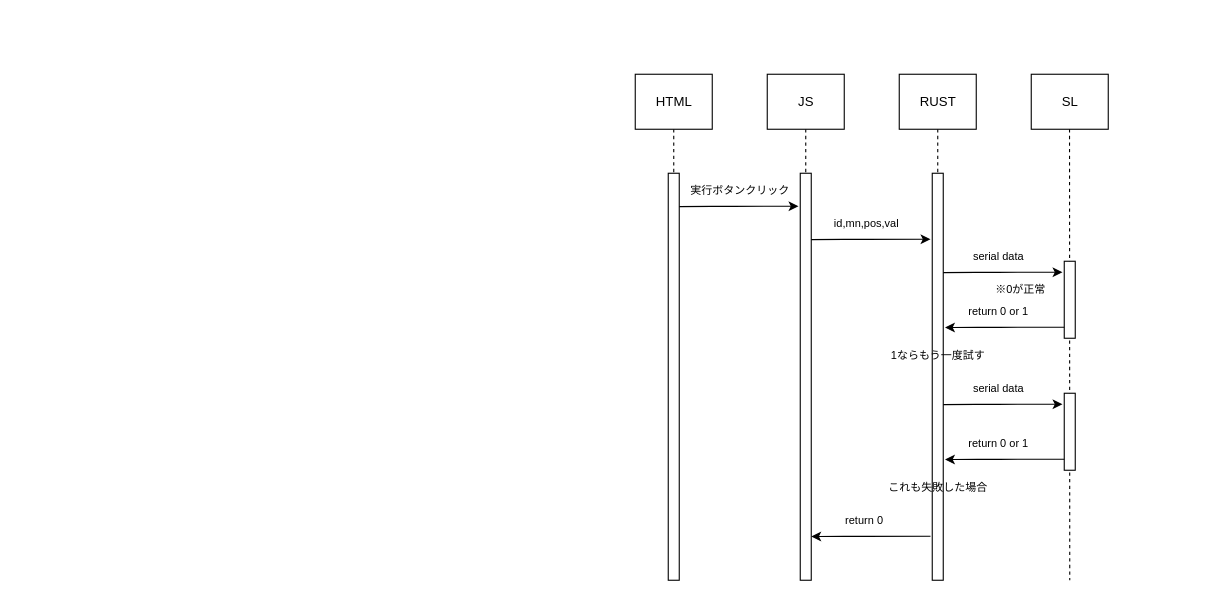
Earlier version of the draw.io diagram document/sequense.drawio (sis314/controller-app). Source tidied: cells renumbered, new cells numbered last; positions are measured from the earlier drawing's top-left corner, leaving out a move shared by most shapes. Both pictures are drawn from the tidied source at 110%, with x=0, y=0 at pixel (635, 74).
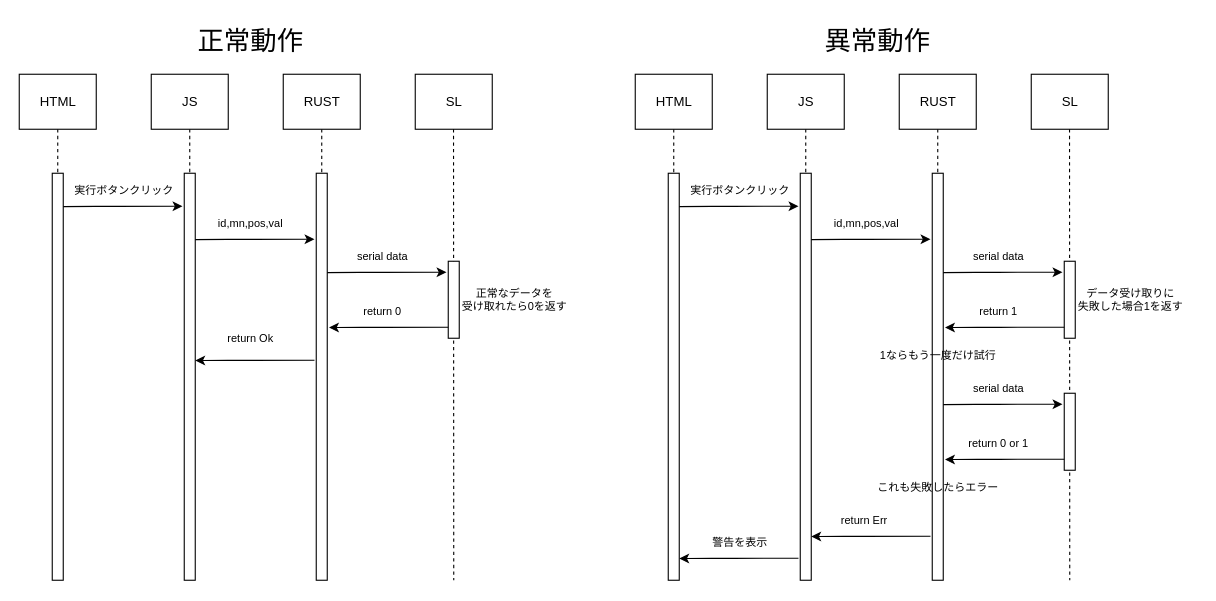
The same diagram, later.

Commit message:
[feature]シーケンス図を修正

What changed in the source:
```diff
@@
-    <mxCell id="21" value="return 0 or 1" style="text;html=1;align=center;verticalAlign=middle;strokeColor=none;fillColor=none;fontSize=10;" parent="1" vertex="1">
-      <mxGeometry x="290" y="200" width="80" height="30" as="geometry" />
+    <mxCell id="21" value="return 1" style="text;html=1;align=center;verticalAlign=middle;strokeColor=none;fillColor=none;fontSize=10;" parent="1" vertex="1">
+      <mxGeometry x="300" y="200" width="60" height="30" as="geometry" />
     </mxCell>
-    <mxCell id="22" value="1ならもう一度試す" style="text;html=1;align=center;verticalAlign=middle;strokeColor=none;fillColor=none;fontSize=10;" parent="1" vertex="1">
-      <mxGeometry x="220" y="240" width="110" height="30" as="geometry" />
+    <mxCell id="22" value="1ならもう一度だけ試行" style="text;html=1;align=center;verticalAlign=middle;strokeColor=none;fillColor=none;fontSize=10;" parent="1" vertex="1">
+      <mxGeometry x="210" y="240" width="130" height="30" as="geometry" />
     </mxCell>
@@
-    <mxCell id="28" value="これも失敗した場合" style="text;html=1;align=center;verticalAlign=middle;strokeColor=none;fillColor=none;fontSize=10;" parent="1" vertex="1">
-      <mxGeometry x="220" y="360" width="110" height="30" as="geometry" />
+    <mxCell id="28" value="これも失敗したらエラー" style="text;html=1;align=center;verticalAlign=middle;strokeColor=none;fillColor=none;fontSize=10;" parent="1" vertex="1">
+      <mxGeometry x="210" y="360" width="130" height="30" as="geometry" />
     </mxCell>
@@
-    <mxCell id="30" value="return 0" style="text;html=1;align=center;verticalAlign=middle;strokeColor=none;fillColor=none;fontSize=10;" parent="1" vertex="1">
-      <mxGeometry x="178.4" y="390" width="60" height="30" as="geometry" />
+    <mxCell id="30" value="return Err" style="text;html=1;align=center;verticalAlign=middle;strokeColor=none;fillColor=none;fontSize=10;" parent="1" vertex="1">
+      <mxGeometry x="173.4" y="390" width="70" height="30" as="geometry" />
     </mxCell>
-    <mxCell id="31" value="※0が正常" style="text;html=1;align=center;verticalAlign=middle;strokeColor=none;fillColor=none;fontSize=10;" parent="1" vertex="1">
-      <mxGeometry x="315" y="180" width="70" height="30" as="geometry" />
+    <mxCell id="31" value="データ受け取りに&lt;br&gt;失敗した場合1を返す" style="text;html=1;align=center;verticalAlign=middle;strokeColor=none;fillColor=none;fontSize=10;" parent="1" vertex="1">
+      <mxGeometry x="390" y="185" width="120" height="40" as="geometry" />
     </mxCell>
+    <mxCell id="32" style="endArrow=classic;html=1;entryX=-0.116;entryY=0.103;entryDx=0;entryDy=0;entryPerimeter=0;exitX=1.047;exitY=0.104;exitDx=0;exitDy=0;exitPerimeter=0;" parent="1" edge="1">
+      <mxGeometry relative="1" as="geometry">
+        <mxPoint x="148.4" y="440" as="sourcePoint" />
+        <mxPoint x="40" y="440.3" as="targetPoint" />
+        <Array as="points">
+          <mxPoint x="79.5" y="440.1" />
+        </Array>
+      </mxGeometry>
+    </mxCell>
+    <mxCell id="33" value="警告を表示" style="text;html=1;align=center;verticalAlign=middle;strokeColor=none;fillColor=none;fontSize=10;" parent="1" vertex="1">
+      <mxGeometry x="60" y="410" width="70" height="30" as="geometry" />
+    </mxCell>
+    <mxCell id="34" style="html=1;points=[];perimeter=orthogonalPerimeter;" parent="1" vertex="1">
+      <mxGeometry x="-410" y="90" width="10" height="370" as="geometry" />
+    </mxCell>
+    <mxCell id="35" style="edgeStyle=none;html=1;endArrow=none;endFill=0;dashed=1;" parent="1" edge="1" source="36" target="34">
+      <mxGeometry relative="1" as="geometry" />
+    </mxCell>
+    <mxCell id="36" value="JS" style="html=1;" parent="1" vertex="1">
+      <mxGeometry x="-440" width="70" height="50" as="geometry" />
+    </mxCell>
+    <mxCell id="37" style="html=1;points=[];perimeter=orthogonalPerimeter;" parent="1" vertex="1">
+      <mxGeometry x="-290" y="90" width="10" height="370" as="geometry" />
+    </mxCell>
+    <mxCell id="38" style="edgeStyle=none;html=1;endArrow=none;endFill=0;dashed=1;" parent="1" edge="1" source="39" target="37">
+      <mxGeometry relative="1" as="geometry" />
+    </mxCell>
+    <mxCell id="39" value="RUST" style="html=1;" parent="1" vertex="1">
+      <mxGeometry x="-320" width="70" height="50" as="geometry" />
+    </mxCell>
+    <mxCell id="40" value="SL" style="html=1;" parent="1" vertex="1">
+      <mxGeometry x="-200" width="70" height="50" as="geometry" />
+    </mxCell>
+    <mxCell id="41" style="endArrow=classic;html=1;entryX=-0.116;entryY=0.103;entryDx=0;entryDy=0;entryPerimeter=0;exitX=1.047;exitY=0.104;exitDx=0;exitDy=0;exitPerimeter=0;" parent="1" edge="1">
+      <mxGeometry relative="1" as="geometry">
+        <mxPoint x="-280" y="180.3" as="sourcePoint" />
+        <mxPoint x="-171.6" y="180" as="targetPoint" />
+        <Array as="points">
+          <mxPoint x="-240.5" y="180.1" />
+        </Array>
+      </mxGeometry>
+    </mxCell>
+    <mxCell id="42" style="html=1;points=[];perimeter=orthogonalPerimeter;" parent="1" vertex="1">
+      <mxGeometry x="-530" y="90" width="10" height="370" as="geometry" />
+    </mxCell>
+    <mxCell id="43" style="edgeStyle=none;html=1;endArrow=none;endFill=0;dashed=1;" parent="1" edge="1" source="44" target="42">
+      <mxGeometry relative="1" as="geometry" />
+    </mxCell>
+    <mxCell id="44" value="HTML" style="html=1;" parent="1" vertex="1">
+      <mxGeometry x="-560" width="70" height="50" as="geometry" />
+    </mxCell>
+    <mxCell id="45" style="endArrow=classic;html=1;entryX=-0.116;entryY=0.103;entryDx=0;entryDy=0;entryPerimeter=0;exitX=1.047;exitY=0.104;exitDx=0;exitDy=0;exitPerimeter=0;" parent="1" edge="1">
+      <mxGeometry relative="1" as="geometry">
+        <mxPoint x="-520" y="120.3" as="sourcePoint" />
+        <mxPoint x="-411.6" y="120" as="targetPoint" />
+        <Array as="points">
+          <mxPoint x="-480.5" y="120.1" />
+        </Array>
+      </mxGeometry>
+    </mxCell>
+    <mxCell id="46" value="実行ボタンクリック" style="text;html=1;align=center;verticalAlign=middle;strokeColor=none;fillColor=none;fontSize=10;" parent="1" vertex="1">
+      <mxGeometry x="-520" y="90" width="110" height="30" as="geometry" />
+    </mxCell>
+    <mxCell id="47" style="endArrow=classic;html=1;entryX=-0.116;entryY=0.103;entryDx=0;entryDy=0;entryPerimeter=0;exitX=1.047;exitY=0.104;exitDx=0;exitDy=0;exitPerimeter=0;" parent="1" edge="1">
+      <mxGeometry relative="1" as="geometry">
+        <mxPoint x="-400" y="150.3" as="sourcePoint" />
+        <mxPoint x="-291.6" y="150" as="targetPoint" />
+        <Array as="points">
+          <mxPoint x="-360.5" y="150.1" />
+        </Array>
+      </mxGeometry>
+    </mxCell>
+    <mxCell id="48" value="id,mn,pos,val" style="text;html=1;align=center;verticalAlign=middle;strokeColor=none;fillColor=none;fontSize=10;" parent="1" vertex="1">
+      <mxGeometry x="-390" y="120" width="80" height="30" as="geometry" />
+    </mxCell>
+    <mxCell id="49" value="serial data" style="text;html=1;align=center;verticalAlign=middle;strokeColor=none;fillColor=none;fontSize=10;" parent="1" vertex="1">
+      <mxGeometry x="-265" y="150" width="70" height="30" as="geometry" />
+    </mxCell>
+    <mxCell id="50" style="edgeStyle=none;html=1;endArrow=none;endFill=0;dashed=1;" parent="1" edge="1">
+      <mxGeometry relative="1" as="geometry">
+        <mxPoint x="-165.2" y="50" as="sourcePoint" />
+        <mxPoint x="-165" y="460" as="targetPoint" />
+      </mxGeometry>
+    </mxCell>
+    <mxCell id="51" style="html=1;perimeter=orthogonalPerimeter;" parent="1" vertex="1">
+      <mxGeometry x="-170" y="170" width="10" height="70" as="geometry" />
+    </mxCell>
+    <mxCell id="52" style="endArrow=classic;html=1;entryX=-0.116;entryY=0.103;entryDx=0;entryDy=0;entryPerimeter=0;exitX=1.047;exitY=0.104;exitDx=0;exitDy=0;exitPerimeter=0;" parent="1" edge="1">
+      <mxGeometry relative="1" as="geometry">
+        <mxPoint x="-170" y="230" as="sourcePoint" />
+        <mxPoint x="-278.4" y="230.3" as="targetPoint" />
+        <Array as="points">
+          <mxPoint x="-238.8" y="230.1" />
+        </Array>
+      </mxGeometry>
+    </mxCell>
+    <mxCell id="53" value="return 0" style="text;html=1;align=center;verticalAlign=middle;strokeColor=none;fillColor=none;fontSize=10;" parent="1" vertex="1">
+      <mxGeometry x="-260" y="200" width="60" height="30" as="geometry" />
+    </mxCell>
+    <mxCell id="54" value="正常なデータを&lt;br&gt;受け取れたら0を返す" style="text;html=1;align=center;verticalAlign=middle;strokeColor=none;fillColor=none;fontSize=10;" parent="1" vertex="1">
+      <mxGeometry x="-170" y="185" width="120" height="40" as="geometry" />
+    </mxCell>
+    <mxCell id="55" value="return Ok" style="text;html=1;align=center;verticalAlign=middle;strokeColor=none;fillColor=none;fontSize=10;" parent="1" vertex="1">
+      <mxGeometry x="-385" y="225" width="70" height="30" as="geometry" />
+    </mxCell>
+    <mxCell id="56" style="endArrow=classic;html=1;entryX=-0.116;entryY=0.103;entryDx=0;entryDy=0;entryPerimeter=0;exitX=1.047;exitY=0.104;exitDx=0;exitDy=0;exitPerimeter=0;" parent="1" edge="1">
+      <mxGeometry relative="1" as="geometry">
+        <mxPoint x="-291.6" y="260" as="sourcePoint" />
+        <mxPoint x="-400" y="260.3" as="targetPoint" />
+        <Array as="points">
+          <mxPoint x="-360.5" y="260.1" />
+        </Array>
+      </mxGeometry>
+    </mxCell>
+    <mxCell id="57" value="正常動作" style="text;html=1;align=center;verticalAlign=middle;strokeColor=none;fillColor=none;fontSize=24;" parent="1" vertex="1">
+      <mxGeometry x="-410" y="-50" width="120" height="40" as="geometry" />
+    </mxCell>
+    <mxCell id="58" value="異常動作" style="text;html=1;align=center;verticalAlign=middle;strokeColor=none;fillColor=none;fontSize=24;" parent="1" vertex="1">
+      <mxGeometry x="160" y="-50" width="120" height="40" as="geometry" />
+    </mxCell>
```
